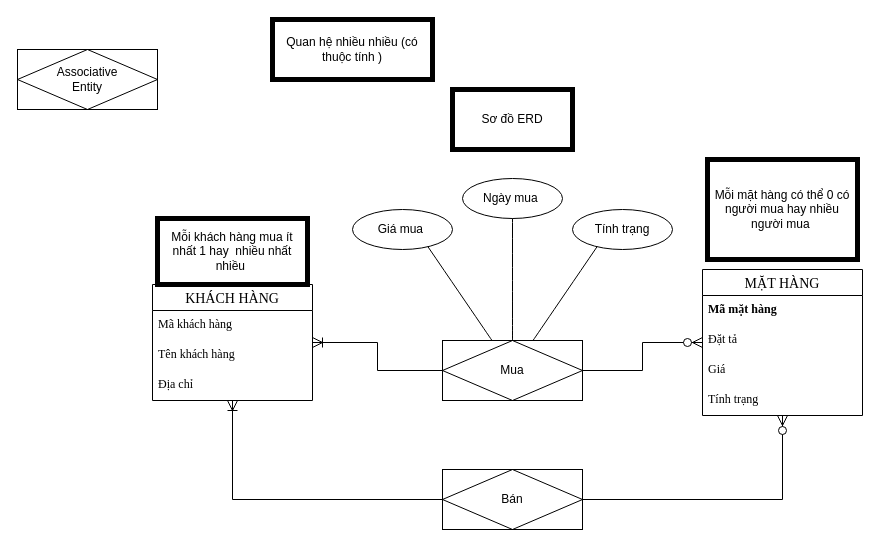
LONGDKZdev/Flowchart keeps this draw.io diagram as page "Bài 2" (2 of 3) of CSDL_IT5_ITB104_Võ_Huy_Long.drawio. Above is the earlier version. Source tidied: cells renumbered, new cells numbered last; positions are measured from the earlier drawing's top-left corner, leaving out a move shared by most shapes. Both pictures are drawn from the tidied source at 100%, with x=0, y=0 at pixel (17, 19).
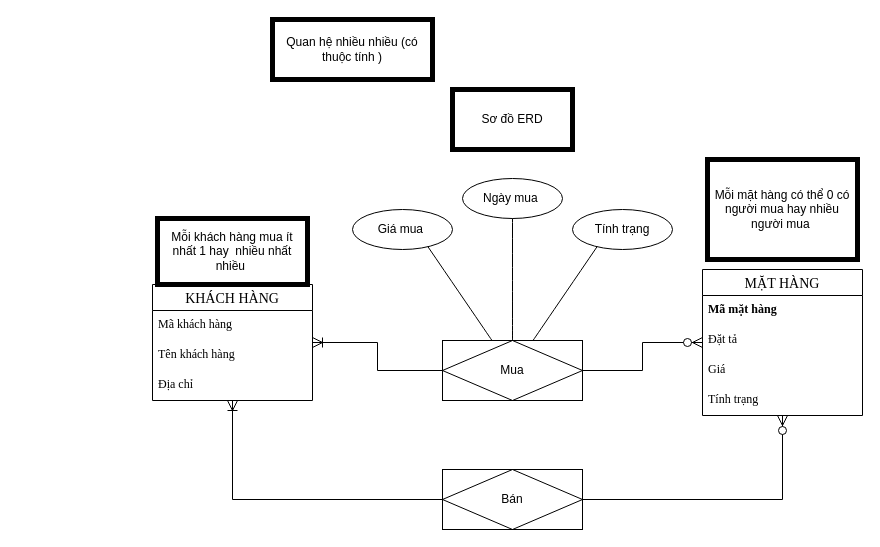
Above is the later version.

The edit, as a diff of the source:
```diff
@@
-    <mxCell id="27" value="Associative&#10;Entity" style="shape=associativeEntity;whiteSpace=wrap;html=1;align=center;" parent="1" vertex="1">
-      <mxGeometry y="30" width="140" height="60" as="geometry" />
-    </mxCell>
```
